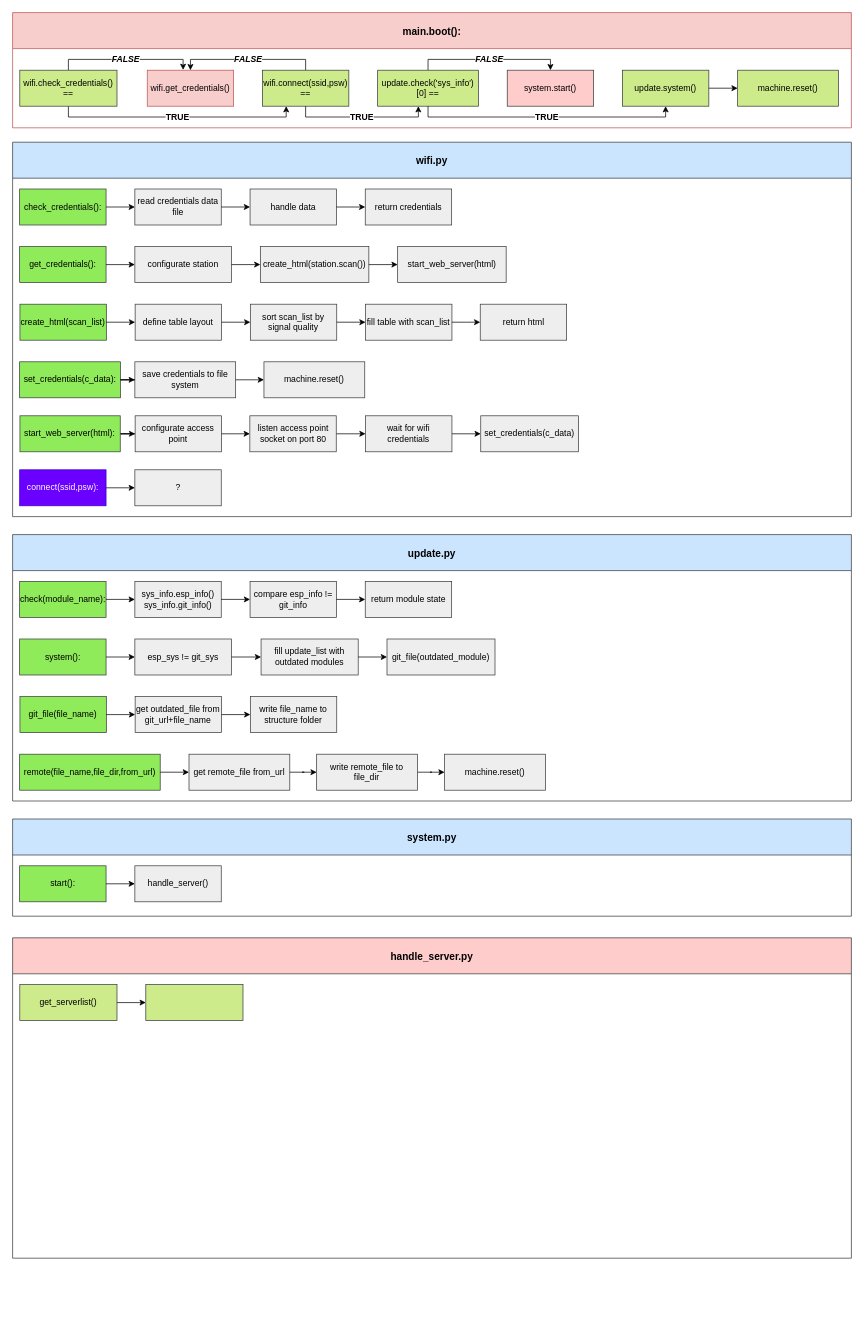
The draw.io diagram design_files/esp_structure.drawio in marsex/workbench, before the edit. Source tidied: cells renumbered, new cells numbered last; positions are measured from the earlier drawing's top-left corner, leaving out a move shared by most shapes. Both pictures are drawn from the tidied source at 72%, with x=0, y=0 at pixel (12, 12).
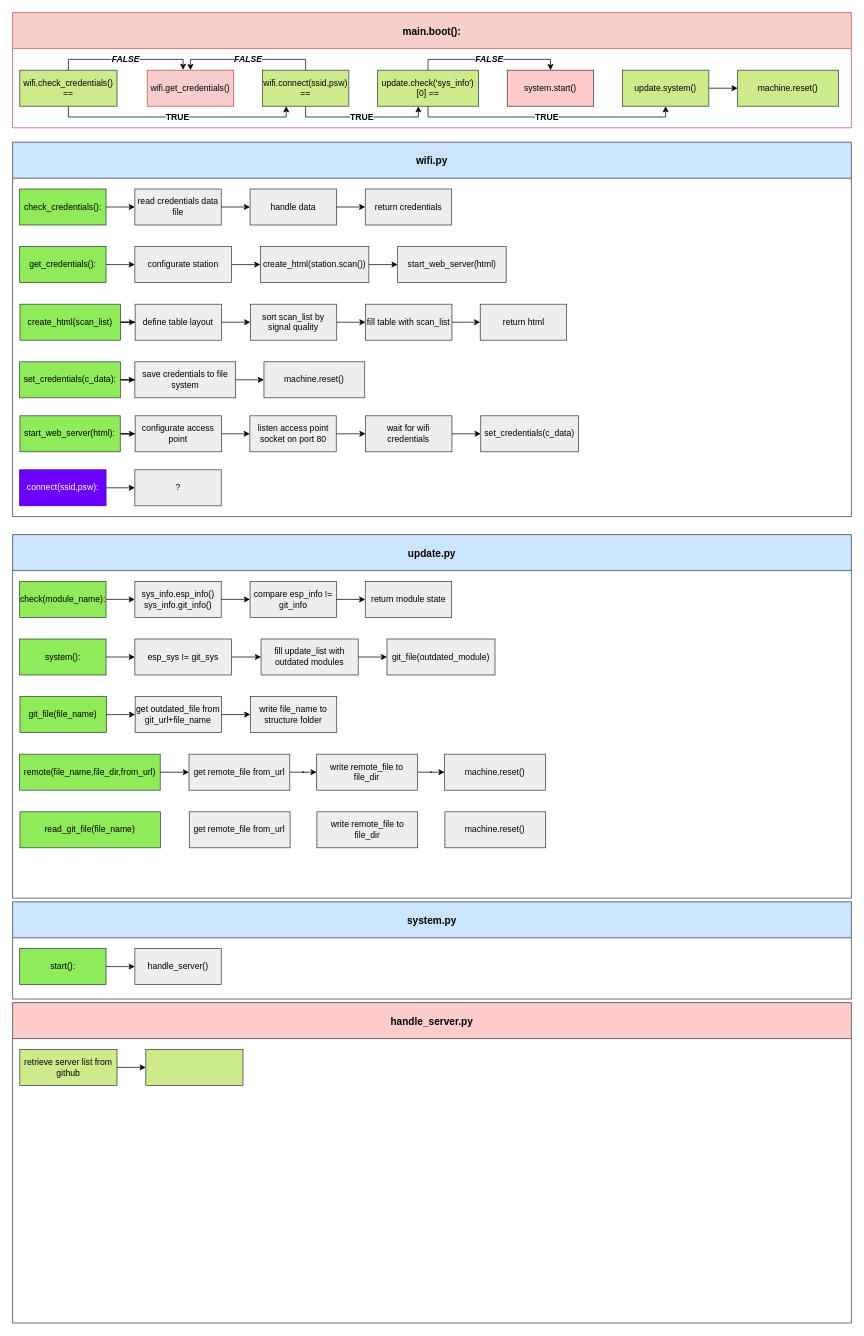
After the change.

Unchanged cells that the change refers to:
```xml
<mxCell id="50" value="wifi.py" style="swimlane;strokeColor=#36393d;fillColor=#cce5ff;fontSize=14;startSize=50;flipH=1;swimlaneFillColor=none;" parent="1" vertex="1">
  <mxGeometry y="180" width="1165" height="520" as="geometry" />
</mxCell>
```

Diff of the diagram source:
```diff
@@
     <mxCell id="17" value="update.py" style="swimlane;strokeColor=#36393d;fillColor=#cce5ff;fontSize=14;startSize=50;flipH=1;swimlaneFillColor=none;" parent="1" vertex="1">
-      <mxGeometry y="725" width="1165" height="370" as="geometry" />
+      <mxGeometry y="725" width="1165" height="505" as="geometry" />
     </mxCell>
@@
+    <mxCell id="112" value="read_git_file(file_name)" style="rounded=0;whiteSpace=wrap;html=1;fillColor=#8FEB59;strokeColor=#36393d;" parent="17" vertex="1">
+      <mxGeometry x="10.2" y="385" width="195.2" height="50" as="geometry" />
+    </mxCell>
+    <mxCell id="113" value="get&amp;nbsp;remote_file from_url" style="rounded=0;whiteSpace=wrap;html=1;fillColor=#eeeeee;strokeColor=#36393d;" parent="17" vertex="1">
+      <mxGeometry x="245.4" y="385" width="140" height="50" as="geometry" />
+    </mxCell>
+    <mxCell id="114" value="write&amp;nbsp;remote_file to file_dir" style="rounded=0;whiteSpace=wrap;html=1;fillColor=#eeeeee;strokeColor=#36393d;" parent="17" vertex="1">
+      <mxGeometry x="422.6" y="385" width="140" height="50" as="geometry" />
+    </mxCell>
+    <mxCell id="115" value="machine.reset()" style="rounded=0;whiteSpace=wrap;html=1;fillColor=#eeeeee;strokeColor=#36393d;" parent="17" vertex="1">
+      <mxGeometry x="600.4" y="385" width="140" height="50" as="geometry" />
+    </mxCell>
@@
     <mxCell id="65" value="create_html(scan_list)" style="rounded=0;whiteSpace=wrap;html=1;fillColor=#8FEB59;strokeColor=#36393d;" parent="50" vertex="1">
-      <mxGeometry x="10.2" y="225" width="120" height="50" as="geometry" />
+      <mxGeometry x="10.2" y="225" width="139.8" height="50" as="geometry" />
     </mxCell>
@@
     <mxCell id="91" value="system.py" style="swimlane;strokeColor=#36393d;fillColor=#cce5ff;fontSize=14;startSize=50;flipH=1;swimlaneFillColor=none;" parent="1" vertex="1">
-      <mxGeometry y="1120" width="1165" height="135" as="geometry" />
+      <mxGeometry y="1235" width="1165" height="135" as="geometry" />
     </mxCell>
@@
     <mxCell id="101" value="handle_server.py" style="swimlane;strokeColor=#36393d;fillColor=#ffcccc;fontSize=14;startSize=50;flipH=1;swimlaneFillColor=none;" parent="1" vertex="1">
-      <mxGeometry y="1285" width="1165" height="445" as="geometry" />
+      <mxGeometry y="1375" width="1165" height="445" as="geometry" />
     </mxCell>
@@
-    <mxCell id="110" value="get_serverlist()" style="rounded=0;whiteSpace=wrap;html=1;fillColor=#cdeb8b;strokeColor=#36393d;" parent="101" vertex="1">
+    <mxCell id="110" value="retrieve server list from github" style="rounded=0;whiteSpace=wrap;html=1;fillColor=#cdeb8b;strokeColor=#36393d;" parent="101" vertex="1">
       <mxGeometry x="10" y="65" width="135" height="50" as="geometry" />
     </mxCell>
```
